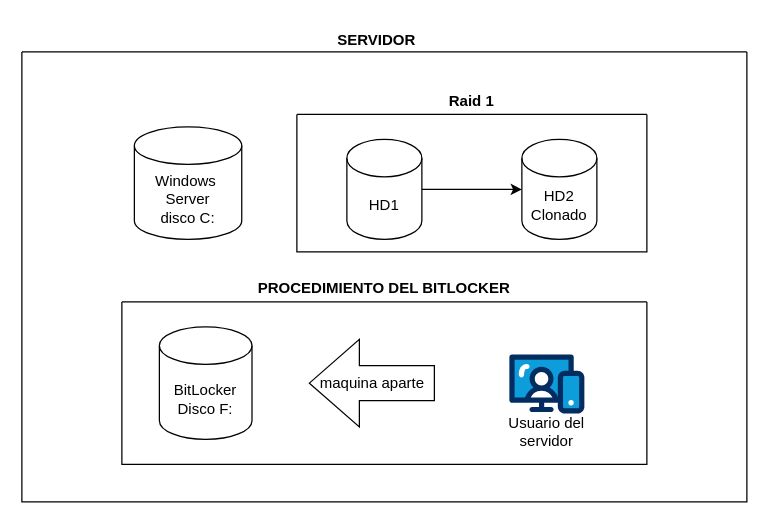
The draw.io diagram Diagrama_xifratDeDisc.drawio in samDroid132/Diagrama---programacion-proyectos, before the edit. Source tidied: cells renumbered, new cells numbered last; positions are measured from the earlier drawing's top-left corner, leaving out a move shared by most shapes. Both pictures are drawn from the tidied source at 125%, with x=0, y=0 at pixel (21, 21).
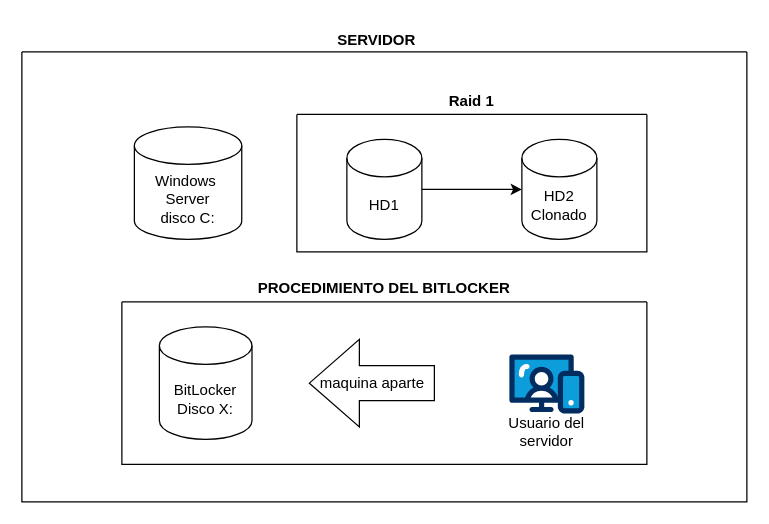
Above is the later version.

The edit, as a diff of the source:
```diff
@@
 <mxGraphModel>
   <root>
     <mxCell id="0" />
     <mxCell id="1" parent="0" />
     <mxCell id="2" style="swimlane;startSize=0;" parent="1" vertex="1">
       <mxGeometry y="24" width="580" height="360" as="geometry" />
     </mxCell>
     <mxCell id="3" value="Raid 1" style="text;html=1;whiteSpace=wrap;strokeColor=none;fillColor=none;align=center;verticalAlign=middle;rounded=0;fontStyle=1;" parent="2" vertex="1">
       <mxGeometry x="330" y="30" width="60" height="20" as="geometry" />
     </mxCell>
     <mxCell id="4" style="swimlane;startSize=0;" parent="2" vertex="1">
       <mxGeometry x="220" y="50" width="280" height="110" as="geometry" />
     </mxCell>
     <mxCell id="5" value="HD2&lt;br&gt;&lt;div&gt;Clonado&lt;/div&gt;" style="shape=cylinder3;whiteSpace=wrap;html=1;boundedLbl=1;backgroundOutline=1;size=15;" parent="4" vertex="1">
       <mxGeometry x="180" y="20" width="60" height="80" as="geometry" />
     </mxCell>
     <mxCell id="6" style="edgeStyle=orthogonalEdgeStyle;rounded=0;jettySize=auto;html=1;" parent="4" edge="1" source="7" target="5">
       <mxGeometry relative="1" as="geometry" />
     </mxCell>
     <mxCell id="7" value="HD1" style="shape=cylinder3;whiteSpace=wrap;html=1;boundedLbl=1;backgroundOutline=1;size=15;" parent="4" vertex="1">
       <mxGeometry x="40" y="20" width="60" height="80" as="geometry" />
     </mxCell>
     <mxCell id="8" style="swimlane;startSize=0;" parent="2" vertex="1">
       <mxGeometry x="80" y="200" width="420" height="130" as="geometry" />
     </mxCell>
     <mxCell id="9" style="verticalLabelPosition=bottom;html=1;shape=mxgraph.salesforce.web;fillColorStyles=fillColor2,fillColor3,fillColor4;fillColor2=#032d60;fillColor3=#0d9dda;fillColor4=#ffffff;fillColor=none;strokeColor=none;" parent="8" vertex="1">
       <mxGeometry x="310" y="42" width="60" height="47.4" as="geometry" />
     </mxCell>
     <mxCell id="10" value="maquina aparte" style="html=1;shadow=0;dashed=0;align=center;verticalAlign=middle;shape=mxgraph.arrows2.arrow;dy=0.6;dx=40;flipH=1;notch=0;legacyAnchorPoints=0;" parent="8" vertex="1">
       <mxGeometry x="150" y="30" width="100" height="70" as="geometry" />
     </mxCell>
-    <mxCell id="11" value="BitLocke&lt;span style=&quot;background-color: transparent; color: light-dark(rgb(0, 0, 0), rgb(255, 255, 255));&quot;&gt;r&lt;/span&gt;&lt;div&gt;Disco F:&lt;/div&gt;" style="shape=cylinder3;whiteSpace=wrap;html=1;boundedLbl=1;backgroundOutline=1;size=15;" parent="8" vertex="1">
+    <mxCell id="11" value="BitLocke&lt;span style=&quot;background-color: transparent; color: light-dark(rgb(0, 0, 0), rgb(255, 255, 255));&quot;&gt;r&lt;/span&gt;&lt;div&gt;Disco X:&lt;/div&gt;" style="shape=cylinder3;whiteSpace=wrap;html=1;boundedLbl=1;backgroundOutline=1;size=15;" parent="8" vertex="1">
       <mxGeometry x="30" y="20" width="74.1" height="90" as="geometry" />
     </mxCell>
     <mxCell id="12" value="PROCEDIMIENTO DEL BITLOCKER" style="text;html=1;whiteSpace=wrap;strokeColor=none;fillColor=none;align=center;verticalAlign=middle;rounded=0;fontStyle=1;" parent="8" vertex="1">
       <mxGeometry x="20" y="-16" width="380" height="10" as="geometry" />
     </mxCell>
     <mxCell id="13" value="Usuario del servidor" style="text;html=1;whiteSpace=wrap;strokeColor=none;fillColor=none;align=center;verticalAlign=middle;rounded=0;" parent="8" vertex="1">
       <mxGeometry x="305" y="89.4" width="70" height="30" as="geometry" />
     </mxCell>
     <mxCell id="14" value="Windows&amp;nbsp;&lt;div&gt;Server&lt;br&gt;disco C:&lt;/div&gt;" style="shape=cylinder3;whiteSpace=wrap;html=1;boundedLbl=1;backgroundOutline=1;size=15;" parent="2" vertex="1">
       <mxGeometry x="90" y="60" width="85.9" height="90" as="geometry" />
     </mxCell>
     <mxCell id="15" value="SERVIDOR" style="text;html=1;whiteSpace=wrap;strokeColor=none;fillColor=none;align=center;verticalAlign=middle;rounded=0;fontStyle=1;" parent="1" vertex="1">
       <mxGeometry x="254" width="60" height="30" as="geometry" />
     </mxCell>
   </root>
 </mxGraphModel>
```
